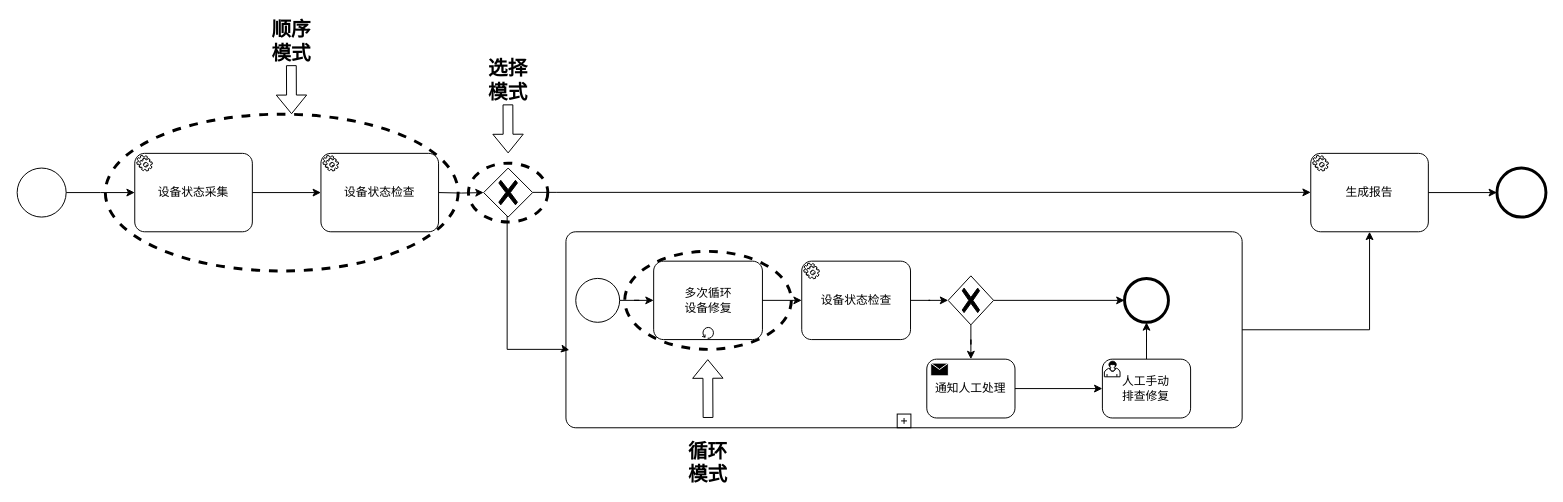
Earlier version of the draw.io diagram page "第 7 页" (7 of 7) of 模型接口语言注册.drawio (liujing-maker/IDEA). Source tidied: cells renumbered, new cells numbered last; positions are measured from the earlier drawing's top-left corner, leaving out a move shared by most shapes. Both pictures are drawn from the tidied source at 98%, with x=0, y=0 at pixel (17, 25).
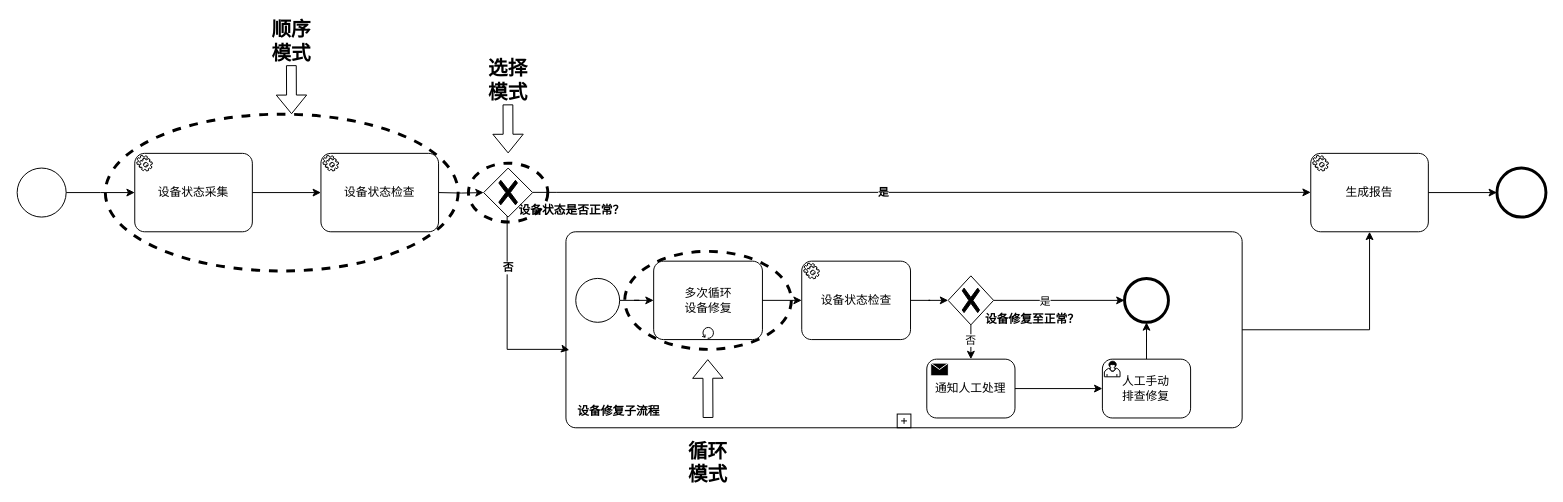
The same page after the edit.

Commit message (it also covers changes not shown here):
更新模型接口语言注册.drawio

The change refers to these unchanged cells:
```xml
<mxCell id="5" style="points=[[0.25,0,0],[0.5,0,0],[0.75,0,0],[1,0.25,0],[1,0.5,0],[1,0.75,0],[0.75,1,0],[0.5,1,0],[0.25,1,0],[0,0.75,0],[0,0.5,0],[0,0.25,0]];shape=mxgraph.bpmn.task;whiteSpace=wrap;rectStyle=rounded;size=10;html=1;taskMarker=abstract;isLoopSub=1;" parent="1" vertex="1">
  <mxGeometry x="560" y="210" width="690" height="200" as="geometry" />
</mxCell>
<mxCell id="11" style="edgeStyle=orthogonalEdgeStyle;rounded=0;orthogonalLoop=1;jettySize=auto;html=1;" parent="1" edge="1">
  <mxGeometry relative="1" as="geometry">
    <mxPoint x="526" y="169.8" as="sourcePoint" />
    <mxPoint x="1320" y="169.8" as="targetPoint" />
    <Array as="points">
      <mxPoint x="550" y="169.8" />
      <mxPoint x="550" y="169.8" />
    </Array>
  </mxGeometry>
</mxCell>
<mxCell id="18" style="edgeStyle=orthogonalEdgeStyle;rounded=0;jettySize=auto;html=1;" parent="1" edge="1" source="20" target="17">
  <mxGeometry relative="1" as="geometry" />
</mxCell>
<mxCell id="19" style="edgeStyle=orthogonalEdgeStyle;rounded=0;jettySize=auto;html=1;" parent="1" edge="1" source="20" target="25">
  <mxGeometry relative="1" as="geometry" />
</mxCell>
<mxCell id="29" style="edgeStyle=orthogonalEdgeStyle;rounded=0;jettySize=auto;html=1;entryX=0.005;entryY=0.603;entryDx=0;entryDy=0;entryPerimeter=0;" parent="1" edge="1" source="12" target="5">
  <mxGeometry relative="1" as="geometry">
    <Array as="points">
      <mxPoint x="500" y="330" />
      <mxPoint x="560" y="330" />
    </Array>
  </mxGeometry>
</mxCell>
```

Diff of the diagram source:
```diff
@@
+    <mxCell id="4" style="ellipse;whiteSpace=wrap;html=1;dashed=1;strokeWidth=3;" parent="1" vertex="1">
+      <mxGeometry x="90" y="90" width="360" height="160" as="geometry" />
+    </mxCell>
@@
-    <mxCell id="4" style="ellipse;whiteSpace=wrap;html=1;dashed=1;strokeWidth=3;" parent="1" vertex="1">
-      <mxGeometry x="90" y="90" width="360" height="160" as="geometry" />
-    </mxCell>
@@
+    <mxCell id="40" value="&lt;b&gt;设备修复子流程&lt;/b&gt;" style="text;html=1;align=center;verticalAlign=middle;whiteSpace=wrap;rounded=0;" parent="5" vertex="1">
+      <mxGeometry x="-20" y="165" width="148" height="35" as="geometry" />
+    </mxCell>
+    <mxCell id="41" value="&lt;b&gt;设备修复至正常？&lt;/b&gt;" style="text;html=1;align=center;verticalAlign=middle;whiteSpace=wrap;rounded=0;" parent="5" vertex="1">
+      <mxGeometry x="402" y="80" width="148" height="20" as="geometry" />
+    </mxCell>
@@
+    <mxCell id="42" value="是" style="edgeLabel;html=1;align=center;verticalAlign=middle;fontStyle=1;" parent="11" vertex="1">
+      <mxGeometry x="-0.1" relative="1" as="geometry" />
+    </mxCell>
@@
+    <mxCell id="43" value="是" style="edgeLabel;html=1;align=center;verticalAlign=middle;" parent="18" vertex="1">
+      <mxGeometry x="-0.22" relative="1" as="geometry" />
+    </mxCell>
@@
+    <mxCell id="44" value="否" style="edgeLabel;html=1;align=center;verticalAlign=middle;" parent="19" vertex="1">
+      <mxGeometry x="-0.32" y="-1" relative="1" as="geometry" />
+    </mxCell>
@@
+    <mxCell id="45" value="否" style="edgeLabel;html=1;align=center;verticalAlign=middle;fontStyle=1;" parent="29" vertex="1">
+      <mxGeometry x="-0.48" relative="1" as="geometry" />
+    </mxCell>
@@
+    <mxCell id="46" value="&lt;b&gt;设备状态是否正常？&lt;/b&gt;" style="text;html=1;align=center;verticalAlign=middle;whiteSpace=wrap;rounded=0;" parent="1" vertex="1">
+      <mxGeometry x="492" y="170" width="148" height="35" as="geometry" />
+    </mxCell>
```
